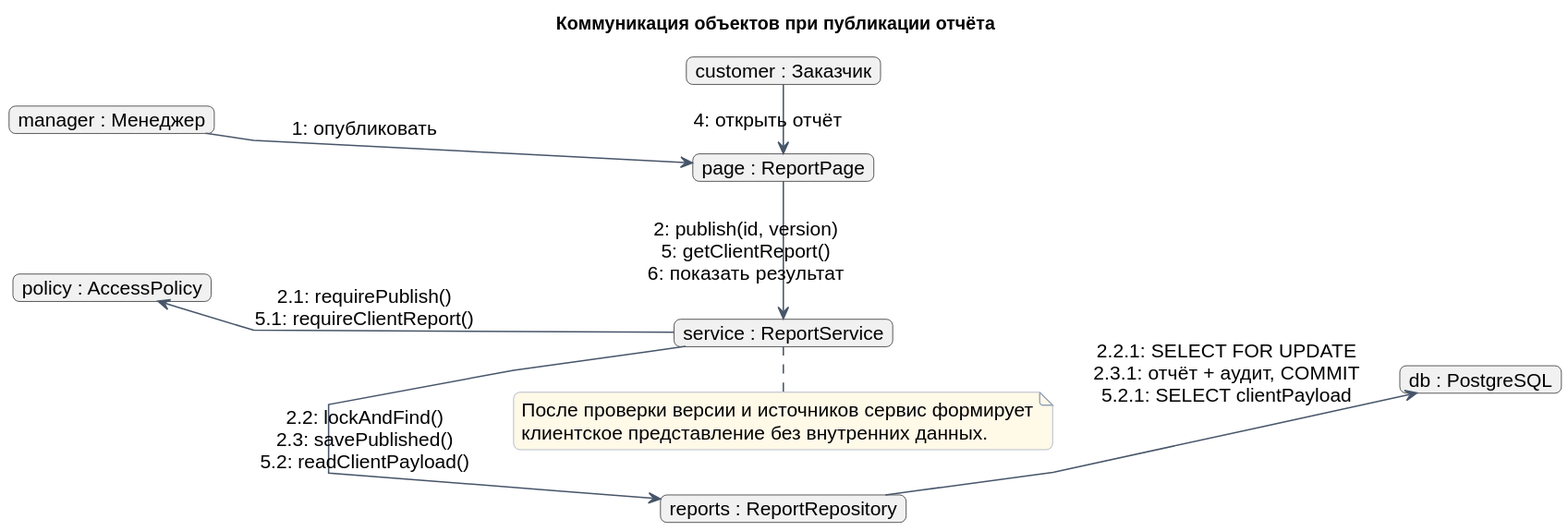
whoisbubble/typest_report keeps this PlantUML diagram as reports/coursework_umls/Курсовая_SMM_Analyzer/03_Диаграммы/COM_02_Отчёт.svg. Above is the earlier version.
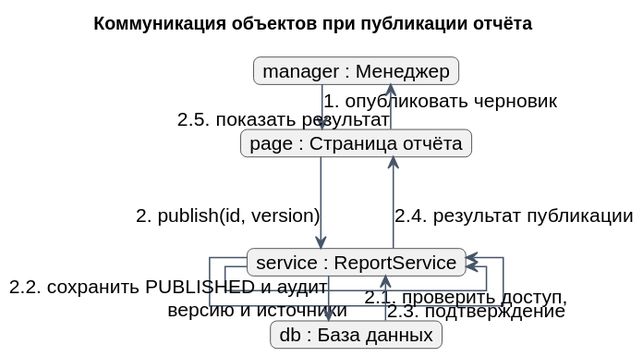
The same file after the commit.

Diff of the diagram source:
```diff
@@ -1,29 +1,19 @@
 @startuml
 !include common.puml
-skinparam linetype polyline
 left to right direction
 title Коммуникация объектов при публикации отчёта
 
 object "manager : Менеджер" as Manager
-object "customer : Заказчик" as Customer
-object "page : ReportPage" as Page
+object "page : Страница отчёта" as Page
 object "service : ReportService" as Service
-object "policy : AccessPolicy" as Policy
-object "reports : ReportRepository" as Repo
-object "db : PostgreSQL" as DB
+object "db : База данных" as DB
 
-Manager -right-> Page : 1: опубликовать
-Customer -right-> Page : 4: открыть отчёт
-Page -right-> Service : 2: publish(id, version)\n5: getClientReport()\n6: показать результат
-Service -up-> Policy : 2.1: requirePublish()\n5.1: requireClientReport()
-Service -right-> Repo : 2.2: lockAndFind()\n2.3: savePublished()\n5.2: readClientPayload()
-Repo -down-> DB : 2.2.1: SELECT FOR UPDATE\n2.3.1: отчёт + аудит, COMMIT\n5.2.1: SELECT clientPayload
-
-Manager -[hidden]down-> Customer
-Policy -[hidden]right-> DB
-
-note bottom of Service
-После проверки версии и источников сервис формирует
-клиентское представление без внутренних данных.
-end note
+Manager -right-> Page : 1. опубликовать черновик
+Page -right-> Service : 2. publish(id, version)
+Service -down-> Service : 2.1. проверить доступ,
+Service -down-> Service : версию и источники
+Service -right-> DB : 2.2. сохранить PUBLISHED и аудит
+DB -left-> Service : 2.3. подтверждение
+Service -left-> Page : 2.4. результат публикации
+Page -left-> Manager : 2.5. показать результат
 @enduml
```
